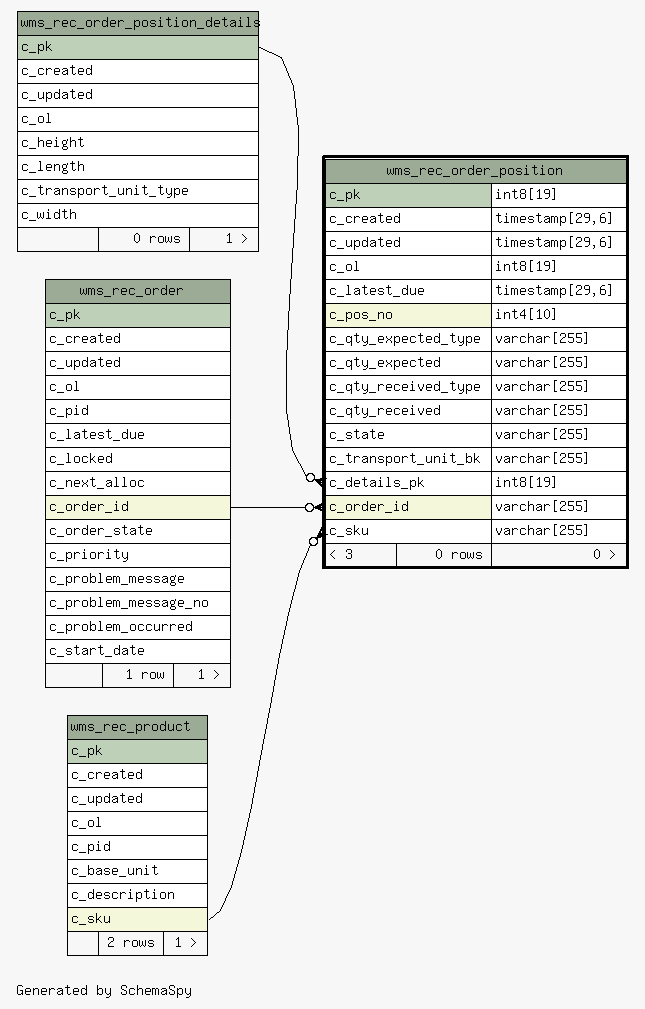
Earlier version of the Graphviz export 1.0.0-SNAPSHOT/schemaspy/diagrams/wms_rec_order_position.1degree.png (openwms/org.openwms.wms.receiving.lib). Its source is kept beside it as 1.0.0-SNAPSHOT/schemaspy/diagrams/wms_rec_order_position.1degree.dot. Source of this version:
```dot
digraph "oneDegreeRelationshipsDiagram" {
  graph [
    rankdir="RL"
    bgcolor="#f7f7f7"
    label="\nGenerated by SchemaSpy"
    labeljust="l"
    nodesep="0.18"
    ranksep="0.46"
    fontname="Helvetica"
    fontsize="11"
  ];
  node [
    fontname="Helvetica"
    fontsize="11"
    shape="plaintext"
  ];
  edge [
    arrowsize="0.8"
  ];
  "wms_rec_order_position":"c_details_pk":w -> "wms_rec_order_position_details":"c_pk":e [arrowhead=none dir=back arrowtail=crowodot];
  "wms_rec_order_position":"c_order_id":w -> "wms_rec_order":"c_order_id":e [arrowhead=none dir=back arrowtail=crowodot];
  "wms_rec_order_position":"c_sku":w -> "wms_rec_product":"c_sku":e [arrowhead=none dir=back arrowtail=crowodot];
  "wms_rec_order" [
    label=<
    <TABLE BORDER="0" CELLBORDER="1" CELLSPACING="0" BGCOLOR="#ffffff">
      <TR><TD COLSPAN="3" BGCOLOR="#9bab96" ALIGN="CENTER">wms_rec_order</TD></TR>
      <TR><TD PORT="c_pk" COLSPAN="3" BGCOLOR="#bed1b8" ALIGN="LEFT">c_pk</TD></TR>
      <TR><TD PORT="c_created" COLSPAN="3" ALIGN="LEFT">c_created</TD></TR>
      <TR><TD PORT="c_updated" COLSPAN="3" ALIGN="LEFT">c_updated</TD></TR>
      <TR><TD PORT="c_ol" COLSPAN="3" ALIGN="LEFT">c_ol</TD></TR>
      <TR><TD PORT="c_pid" COLSPAN="3" ALIGN="LEFT">c_pid</TD></TR>
      <TR><TD PORT="c_latest_due" COLSPAN="3" ALIGN="LEFT">c_latest_due</TD></TR>
      <TR><TD PORT="c_locked" COLSPAN="3" ALIGN="LEFT">c_locked</TD></TR>
      <TR><TD PORT="c_next_alloc" COLSPAN="3" ALIGN="LEFT">c_next_alloc</TD></TR>
      <TR><TD PORT="c_order_id" COLSPAN="3" BGCOLOR="#f4f7da" ALIGN="LEFT">c_order_id</TD></TR>
      <TR><TD PORT="c_order_state" COLSPAN="3" ALIGN="LEFT">c_order_state</TD></TR>
      <TR><TD PORT="c_priority" COLSPAN="3" ALIGN="LEFT">c_priority</TD></TR>
      <TR><TD PORT="c_problem_message" COLSPAN="3" ALIGN="LEFT">c_problem_message</TD></TR>
      <TR><TD PORT="c_problem_message_no" COLSPAN="3" ALIGN="LEFT">c_problem_message_no</TD></TR>
      <TR><TD PORT="c_problem_occurred" COLSPAN="3" ALIGN="LEFT">c_problem_occurred</TD></TR>
      <TR><TD PORT="c_start_date" COLSPAN="3" ALIGN="LEFT">c_start_date</TD></TR>
      <TR><TD ALIGN="LEFT" BGCOLOR="#f7f7f7">  </TD><TD ALIGN="RIGHT" BGCOLOR="#f7f7f7">1 row</TD><TD ALIGN="RIGHT" BGCOLOR="#f7f7f7">1 &gt;</TD></TR>
    </TABLE>>
    URL="wms_rec_order.html"
    tooltip="wms_rec_order"
  ];
  "wms_rec_order_position" [
    label=<
    <TABLE BORDER="2" CELLBORDER="1" CELLSPACING="0" BGCOLOR="#ffffff">
      <TR><TD COLSPAN="3" BGCOLOR="#9bab96" ALIGN="CENTER">wms_rec_order_position</TD></TR>
      <TR><TD PORT="c_pk" COLSPAN="2" BGCOLOR="#bed1b8" ALIGN="LEFT">c_pk</TD><TD PORT="c_pk.type" ALIGN="LEFT">int8[19]</TD></TR>
      <TR><TD PORT="c_created" COLSPAN="2" ALIGN="LEFT">c_created</TD><TD PORT="c_created.type" ALIGN="LEFT">timestamp[29,6]</TD></TR>
      <TR><TD PORT="c_updated" COLSPAN="2" ALIGN="LEFT">c_updated</TD><TD PORT="c_updated.type" ALIGN="LEFT">timestamp[29,6]</TD></TR>
      <TR><TD PORT="c_ol" COLSPAN="2" ALIGN="LEFT">c_ol</TD><TD PORT="c_ol.type" ALIGN="LEFT">int8[19]</TD></TR>
      <TR><TD PORT="c_latest_due" COLSPAN="2" ALIGN="LEFT">c_latest_due</TD><TD PORT="c_latest_due.type" ALIGN="LEFT">timestamp[29,6]</TD></TR>
      <TR><TD PORT="c_pos_no" COLSPAN="2" BGCOLOR="#f4f7da" ALIGN="LEFT">c_pos_no</TD><TD PORT="c_pos_no.type" ALIGN="LEFT">int4[10]</TD></TR>
      <TR><TD PORT="c_qty_expected_type" COLSPAN="2" ALIGN="LEFT">c_qty_expected_type</TD><TD PORT="c_qty_expected_type.type" ALIGN="LEFT">varchar[255]</TD></TR>
      <TR><TD PORT="c_qty_expected" COLSPAN="2" ALIGN="LEFT">c_qty_expected</TD><TD PORT="c_qty_expected.type" ALIGN="LEFT">varchar[255]</TD></TR>
      <TR><TD PORT="c_qty_received_type" COLSPAN="2" ALIGN="LEFT">c_qty_received_type</TD><TD PORT="c_qty_received_type.type" ALIGN="LEFT">varchar[255]</TD></TR>
      <TR><TD PORT="c_qty_received" COLSPAN="2" ALIGN="LEFT">c_qty_received</TD><TD PORT="c_qty_received.type" ALIGN="LEFT">varchar[255]</TD></TR>
      <TR><TD PORT="c_state" COLSPAN="2" ALIGN="LEFT">c_state</TD><TD PORT="c_state.type" ALIGN="LEFT">varchar[255]</TD></TR>
      <TR><TD PORT="c_transport_unit_bk" COLSPAN="2" ALIGN="LEFT">c_transport_unit_bk</TD><TD PORT="c_transport_unit_bk.type" ALIGN="LEFT">varchar[255]</TD></TR>
      <TR><TD PORT="c_details_pk" COLSPAN="2" ALIGN="LEFT">c_details_pk</TD><TD PORT="c_details_pk.type" ALIGN="LEFT">int8[19]</TD></TR>
      <TR><TD PORT="c_order_id" COLSPAN="2" BGCOLOR="#f4f7da" ALIGN="LEFT">c_order_id</TD><TD PORT="c_order_id.type" ALIGN="LEFT">varchar[255]</TD></TR>
      <TR><TD PORT="c_sku" COLSPAN="2" ALIGN="LEFT">c_sku</TD><TD PORT="c_sku.type" ALIGN="LEFT">varchar[255]</TD></TR>
      <TR><TD ALIGN="LEFT" BGCOLOR="#f7f7f7">&lt; 3</TD><TD ALIGN="RIGHT" BGCOLOR="#f7f7f7">0 rows</TD><TD ALIGN="RIGHT" BGCOLOR="#f7f7f7">0 &gt;</TD></TR>
    </TABLE>>
    URL="wms_rec_order_position.html"
    tooltip="wms_rec_order_position"
  ];
  "wms_rec_order_position_details" [
    label=<
    <TABLE BORDER="0" CELLBORDER="1" CELLSPACING="0" BGCOLOR="#ffffff">
      <TR><TD COLSPAN="3" BGCOLOR="#9bab96" ALIGN="CENTER">wms_rec_order_position_details</TD></TR>
      <TR><TD PORT="c_pk" COLSPAN="3" BGCOLOR="#bed1b8" ALIGN="LEFT">c_pk</TD></TR>
      <TR><TD PORT="c_created" COLSPAN="3" ALIGN="LEFT">c_created</TD></TR>
      <TR><TD PORT="c_updated" COLSPAN="3" ALIGN="LEFT">c_updated</TD></TR>
      <TR><TD PORT="c_ol" COLSPAN="3" ALIGN="LEFT">c_ol</TD></TR>
      <TR><TD PORT="c_height" COLSPAN="3" ALIGN="LEFT">c_height</TD></TR>
      <TR><TD PORT="c_length" COLSPAN="3" ALIGN="LEFT">c_length</TD></TR>
      <TR><TD PORT="c_transport_unit_type" COLSPAN="3" ALIGN="LEFT">c_transport_unit_type</TD></TR>
      <TR><TD PORT="c_width" COLSPAN="3" ALIGN="LEFT">c_width</TD></TR>
      <TR><TD ALIGN="LEFT" BGCOLOR="#f7f7f7">  </TD><TD ALIGN="RIGHT" BGCOLOR="#f7f7f7">0 rows</TD><TD ALIGN="RIGHT" BGCOLOR="#f7f7f7">1 &gt;</TD></TR>
    </TABLE>>
    URL="wms_rec_order_position_details.html"
    tooltip="wms_rec_order_position_details"
  ];
  "wms_rec_product" [
    label=<
    <TABLE BORDER="0" CELLBORDER="1" CELLSPACING="0" BGCOLOR="#ffffff">
      <TR><TD COLSPAN="3" BGCOLOR="#9bab96" ALIGN="CENTER">wms_rec_product</TD></TR>
      <TR><TD PORT="c_pk" COLSPAN="3" BGCOLOR="#bed1b8" ALIGN="LEFT">c_pk</TD></TR>
      <TR><TD PORT="c_created" COLSPAN="3" ALIGN="LEFT">c_created</TD></TR>
      <TR><TD PORT="c_updated" COLSPAN="3" ALIGN="LEFT">c_updated</TD></TR>
      <TR><TD PORT="c_ol" COLSPAN="3" ALIGN="LEFT">c_ol</TD></TR>
      <TR><TD PORT="c_pid" COLSPAN="3" ALIGN="LEFT">c_pid</TD></TR>
      <TR><TD PORT="c_base_unit" COLSPAN="3" ALIGN="LEFT">c_base_unit</TD></TR>
      <TR><TD PORT="c_description" COLSPAN="3" ALIGN="LEFT">c_description</TD></TR>
      <TR><TD PORT="c_sku" COLSPAN="3" BGCOLOR="#f4f7da" ALIGN="LEFT">c_sku</TD></TR>
      <TR><TD ALIGN="LEFT" BGCOLOR="#f7f7f7">  </TD><TD ALIGN="RIGHT" BGCOLOR="#f7f7f7">2 rows</TD><TD ALIGN="RIGHT" BGCOLOR="#f7f7f7">1 &gt;</TD></TR>
    </TABLE>>
    URL="wms_rec_product.html"
    tooltip="wms_rec_product"
  ];
}
```
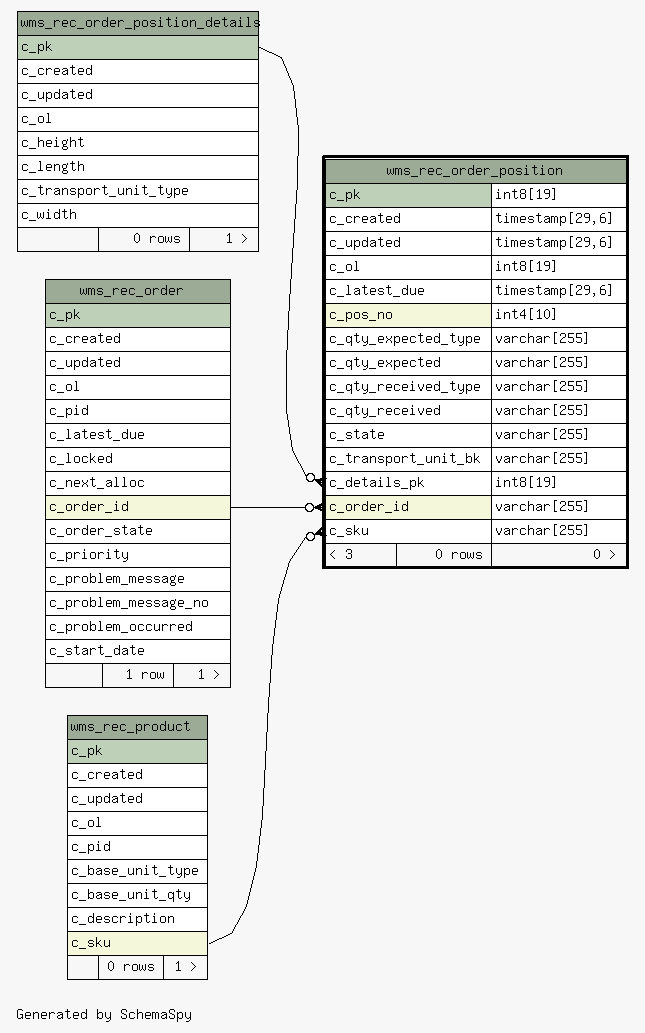
After the commit.

Change to the diagram source:
```diff
@@ -94,10 +94,11 @@
       <TR><TD PORT="c_updated" COLSPAN="3" ALIGN="LEFT">c_updated</TD></TR>
       <TR><TD PORT="c_ol" COLSPAN="3" ALIGN="LEFT">c_ol</TD></TR>
       <TR><TD PORT="c_pid" COLSPAN="3" ALIGN="LEFT">c_pid</TD></TR>
-      <TR><TD PORT="c_base_unit" COLSPAN="3" ALIGN="LEFT">c_base_unit</TD></TR>
+      <TR><TD PORT="c_base_unit_type" COLSPAN="3" ALIGN="LEFT">c_base_unit_type</TD></TR>
+      <TR><TD PORT="c_base_unit_qty" COLSPAN="3" ALIGN="LEFT">c_base_unit_qty</TD></TR>
       <TR><TD PORT="c_description" COLSPAN="3" ALIGN="LEFT">c_description</TD></TR>
       <TR><TD PORT="c_sku" COLSPAN="3" BGCOLOR="#f4f7da" ALIGN="LEFT">c_sku</TD></TR>
-      <TR><TD ALIGN="LEFT" BGCOLOR="#f7f7f7">  </TD><TD ALIGN="RIGHT" BGCOLOR="#f7f7f7">2 rows</TD><TD ALIGN="RIGHT" BGCOLOR="#f7f7f7">1 &gt;</TD></TR>
+      <TR><TD ALIGN="LEFT" BGCOLOR="#f7f7f7">  </TD><TD ALIGN="RIGHT" BGCOLOR="#f7f7f7">0 rows</TD><TD ALIGN="RIGHT" BGCOLOR="#f7f7f7">1 &gt;</TD></TR>
     </TABLE>>
     URL="wms_rec_product.html"
     tooltip="wms_rec_product"
```
